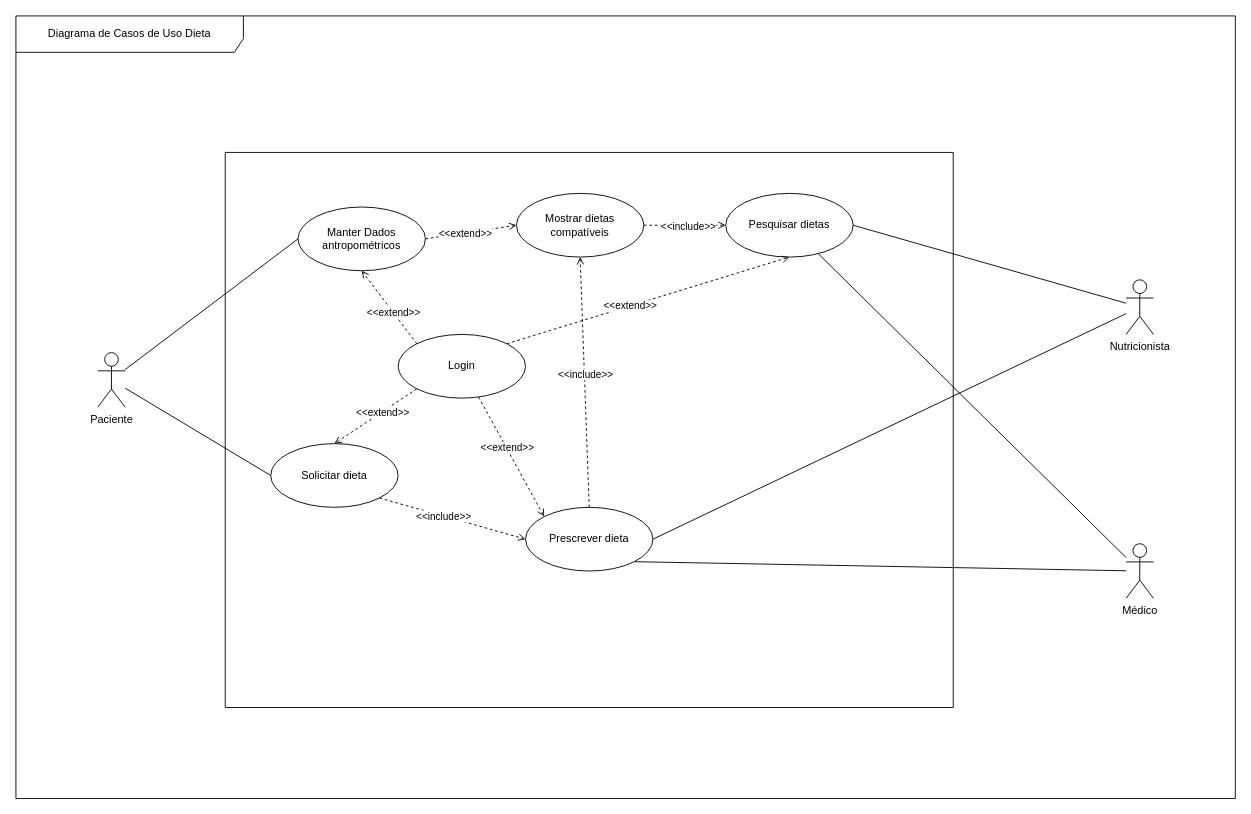
Above: diagrama_de_casos_de_uso_3.drawio in ProjetoDelimeterSite/DelimeterDocumantacao (draw.io), before the change. Source tidied: cells renumbered, new cells numbered last; positions are measured from the earlier drawing's top-left corner, leaving out a move shared by most shapes. Both pictures are drawn from the tidied source at 91%, with x=0, y=0 at pixel (15, 15).
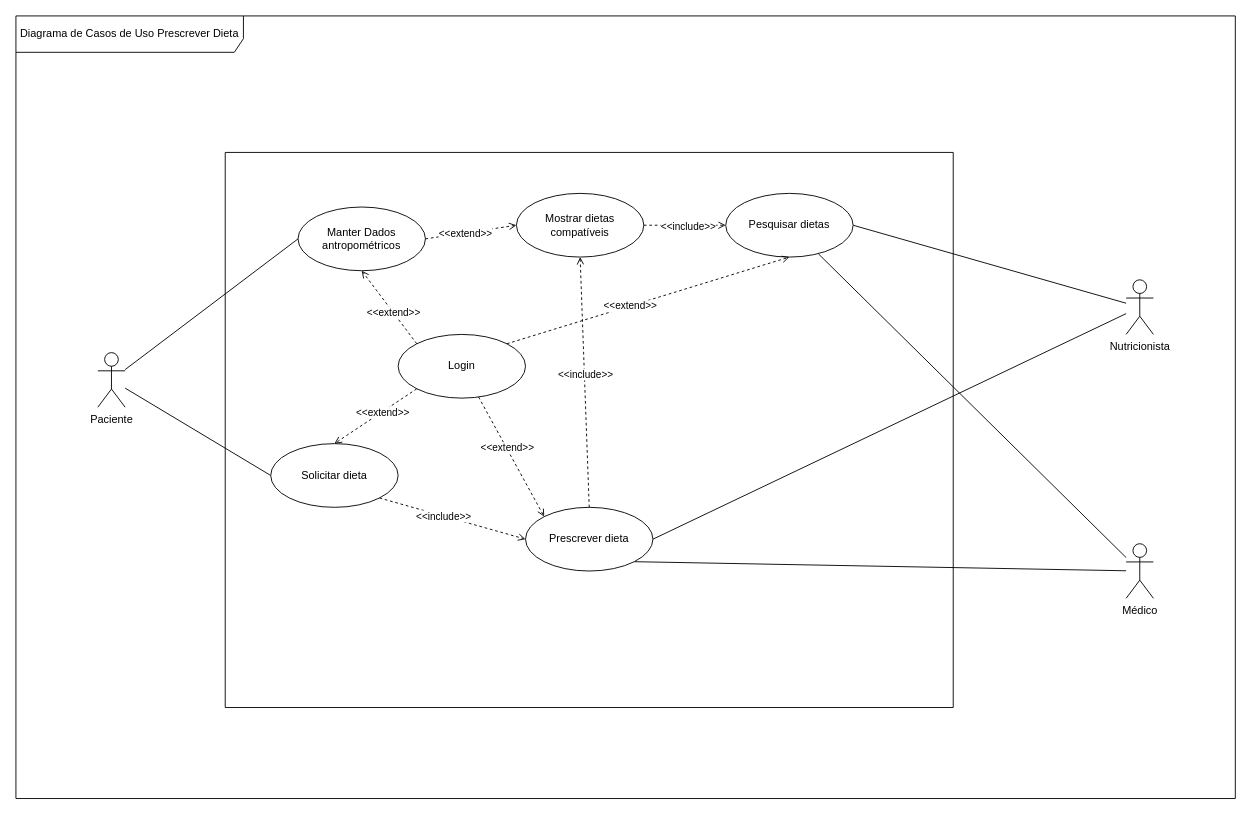
The same page after the edit.

The edit, as a diff of the source:
```diff
@@
-    <mxCell id="11" value="Diagrama de Casos de Uso Dieta" style="shape=umlFrame;whiteSpace=wrap;html=1;width=250;height=40;" parent="1" vertex="1">
+    <mxCell id="11" value="Diagrama de Casos de Uso Prescrever Dieta" style="shape=umlFrame;whiteSpace=wrap;html=1;width=250;height=40;" parent="1" vertex="1">
       <mxGeometry width="1340" height="860" as="geometry" />
     </mxCell>
```
